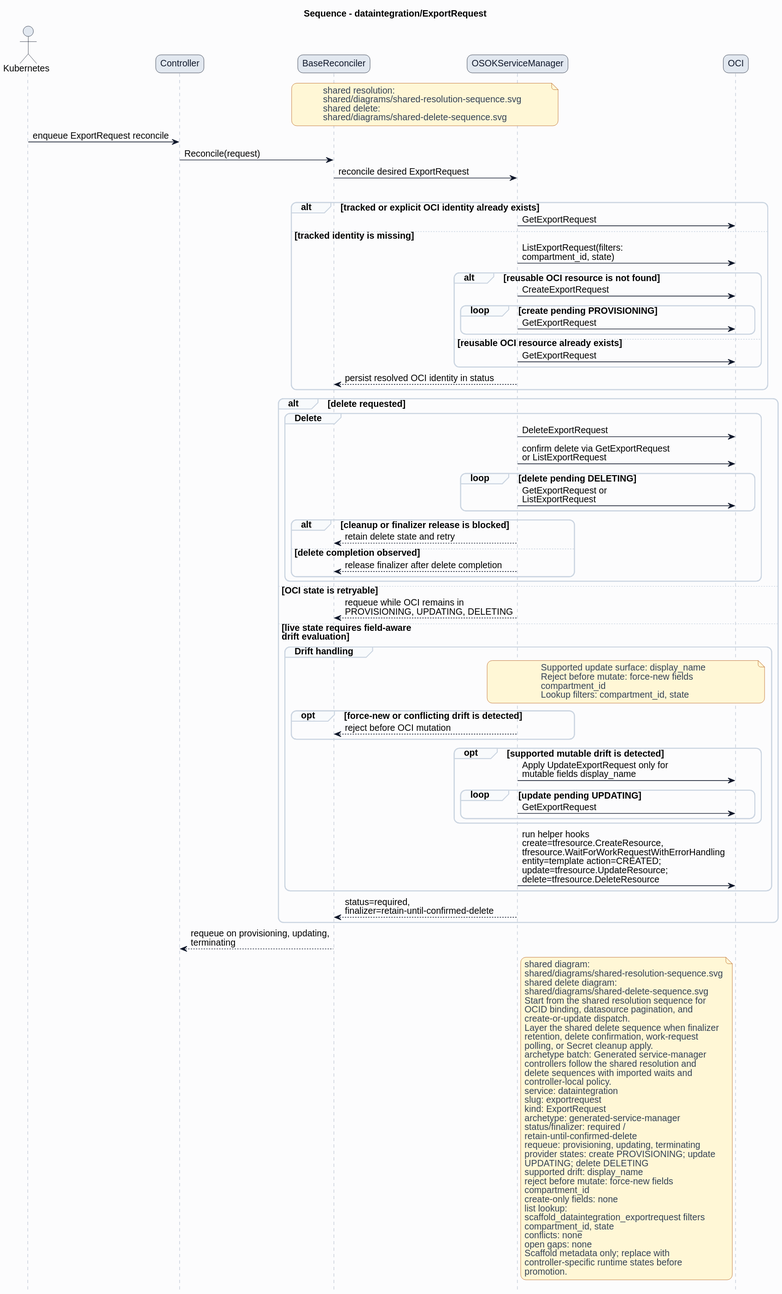
The PlantUML diagram formal/controllers/dataintegration/exportrequest/diagrams/sequence.svg in HaoyL666/oci-service-operator, before a commit.
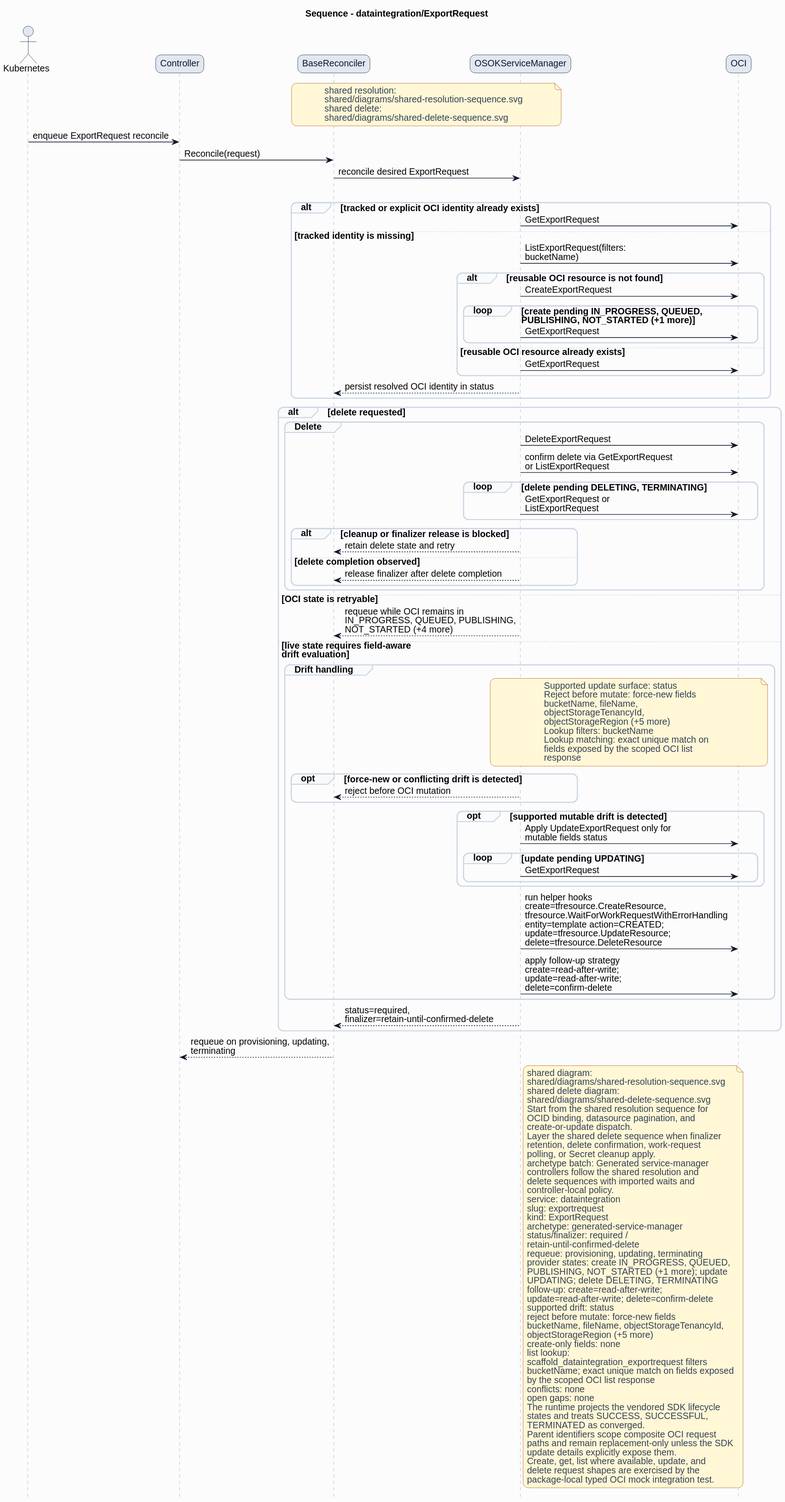
Above is the later version.

Diff of the diagram source:
```diff
@@ -38,10 +38,10 @@
 alt tracked or explicit OCI identity already exists
 ServiceManager -> OCI: GetExportRequest
 else tracked identity is missing
-ServiceManager -> OCI: ListExportRequest(filters:\ncompartment_id, state)
+ServiceManager -> OCI: ListExportRequest(filters:\nbucketName)
 alt reusable OCI resource is not found
 ServiceManager -> OCI: CreateExportRequest
-loop create pending PROVISIONING
+loop create pending IN_PROGRESS, QUEUED,\nPUBLISHING, NOT_STARTED (+1 more)
 ServiceManager -> OCI: GetExportRequest
 end
 else reusable OCI resource already exists
@@ -53,7 +53,7 @@
 group Delete
 ServiceManager -> OCI: DeleteExportRequest
 ServiceManager -> OCI: confirm delete via GetExportRequest\nor ListExportRequest
-loop delete pending DELETING
+loop delete pending DELETING, TERMINATING
 ServiceManager -> OCI: GetExportRequest or\nListExportRequest
 end
 alt cleanup or finalizer release is blocked
@@ -63,25 +63,31 @@
 end
 end
 else OCI state is retryable
-ServiceManager --> BaseReconciler: requeue while OCI remains in\nPROVISIONING, UPDATING, DELETING
+ServiceManager --> BaseReconciler: requeue while OCI remains in\nIN_PROGRESS, QUEUED, PUBLISHING,\nNOT_STARTED (+4 more)
 else live state requires field-aware\ndrift evaluation
 group Drift handling
 note over ServiceManager,OCI
-Supported update surface: display_name
+Supported update surface: status
 Reject before mutate: force-new fields
-compartment_id
-Lookup filters: compartment_id, state
+bucketName, fileName,
+objectStorageTenancyId,
+objectStorageRegion (+5 more)
+Lookup filters: bucketName
+Lookup matching: exact unique match on
+fields exposed by the scoped OCI list
+response
 end note
 opt force-new or conflicting drift is detected
 ServiceManager --> BaseReconciler: reject before OCI mutation
 end
 opt supported mutable drift is detected
-ServiceManager -> OCI: Apply UpdateExportRequest only for\nmutable fields display_name
+ServiceManager -> OCI: Apply UpdateExportRequest only for\nmutable fields status
 loop update pending UPDATING
 ServiceManager -> OCI: GetExportRequest
 end
 end
 ServiceManager -> OCI: run helper hooks\ncreate=tfresource.CreateResource,\ntfresource.WaitForWorkRequestWithErrorHandling\nentity=template action=CREATED;\nupdate=tfresource.UpdateResource;\ndelete=tfresource.DeleteResource
+ServiceManager -> OCI: apply follow-up strategy\ncreate=read-after-write;\nupdate=read-after-write;\ndelete=confirm-delete
 end
 ServiceManager --> BaseReconciler: status=required,\nfinalizer=retain-until-confirmed-delete
 end
@@ -108,19 +114,30 @@
 status/finalizer: required /
 retain-until-confirmed-delete
 requeue: provisioning, updating, terminating
-provider states: create PROVISIONING; update
-UPDATING; delete DELETING
-supported drift: display_name
+provider states: create IN_PROGRESS, QUEUED,
+PUBLISHING, NOT_STARTED (+1 more); update
+UPDATING; delete DELETING, TERMINATING
+follow-up: create=read-after-write;
+update=read-after-write; delete=confirm-delete
+supported drift: status
 reject before mutate: force-new fields
-compartment_id
+bucketName, fileName, objectStorageTenancyId,
+objectStorageRegion (+5 more)
 create-only fields: none
 list lookup:
 scaffold_dataintegration_exportrequest filters
-compartment_id, state
+bucketName; exact unique match on fields exposed
+by the scoped OCI list response
 conflicts: none
 open gaps: none
-Scaffold metadata only; replace with
-controller-specific runtime states before
-promotion.
+The runtime projects the vendored SDK lifecycle
+states and treats SUCCESS, SUCCESSFUL,
+TERMINATED as converged.
+Parent identifiers scope composite OCI request
+paths and remain replacement-only unless the SDK
+update details explicitly expose them.
+Create, get, list where available, update, and
+delete request shapes are exercised by the
+package-local typed OCI mock integration test.
 end note
 @enduml
```
